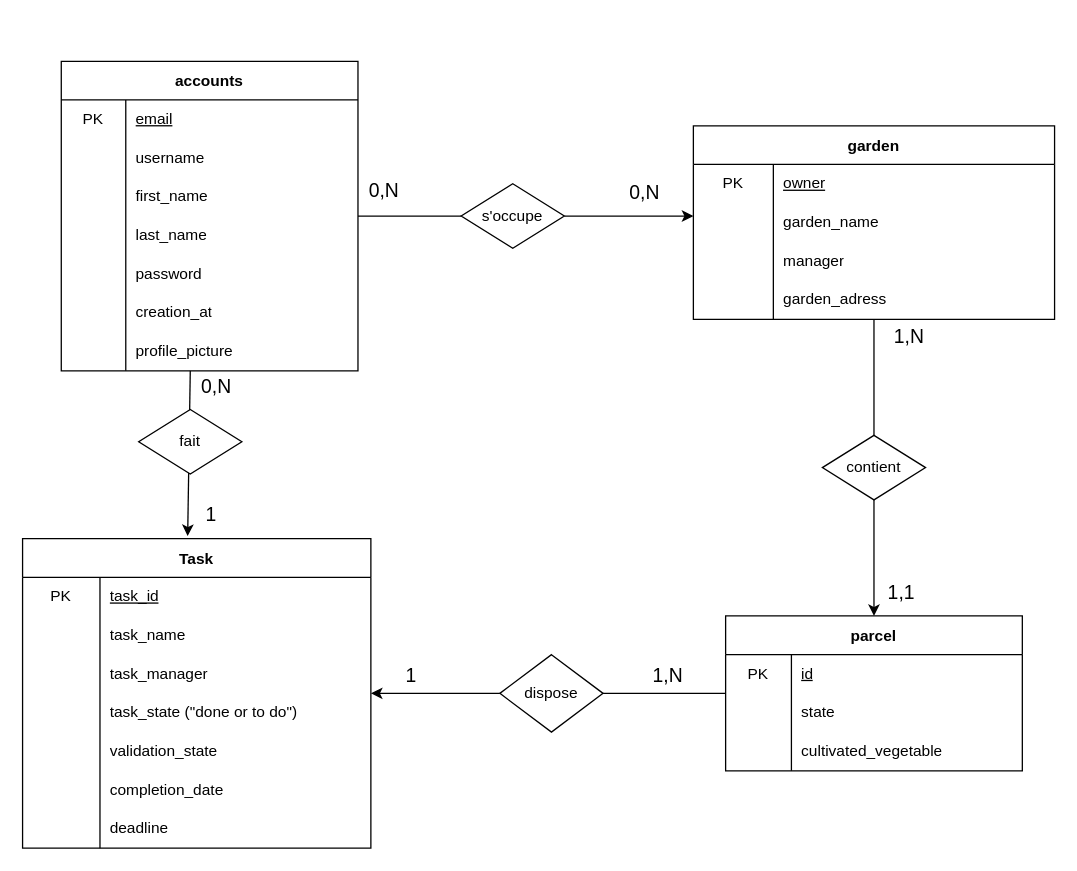
Before: doc/conception/figures/DB/Schema_entite_association_PPIIversion2.drawio in kour0/TheSharedGarden, a draw.io diagram. Source tidied: cells renumbered, new cells numbered last; positions are measured from the earlier drawing's top-left corner, leaving out a move shared by most shapes. Both pictures are drawn from the tidied source at 129%, with x=0, y=0 at pixel (22, 61).
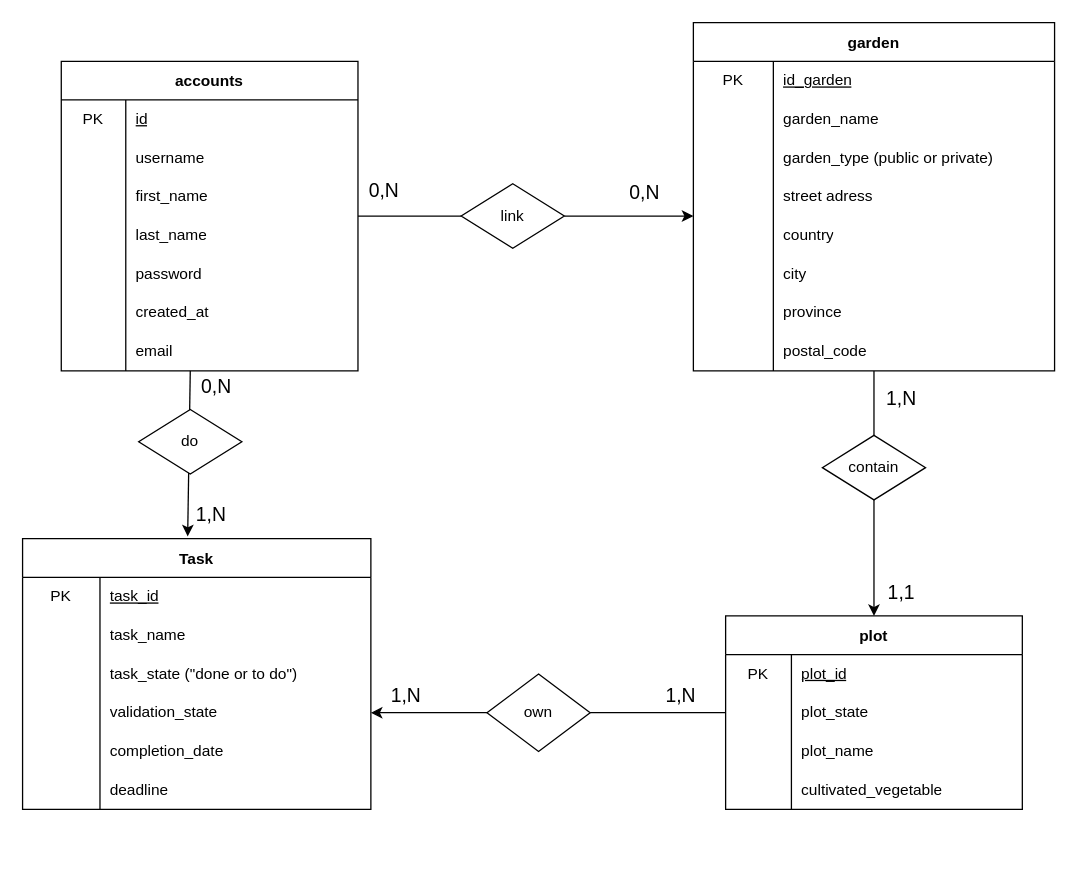
After the change.

Commit message (it also covers changes not shown here):
modification schema entite association

The change refers to these unchanged cells:
```xml
<mxCell id="3" style="shape=tableRow;horizontal=0;startSize=0;swimlaneHead=0;swimlaneBody=0;top=0;left=0;bottom=0;right=0;fillColor=none;" parent="2" vertex="1">
  <mxGeometry y="30" width="230" height="30" as="geometry" />
</mxCell>
<mxCell id="18" style="shape=tableRow;horizontal=0;startSize=0;swimlaneHead=0;swimlaneBody=0;top=0;left=0;bottom=0;right=0;fillColor=none;" parent="2" vertex="1">
  <mxGeometry y="180" width="230" height="30" as="geometry" />
</mxCell>
<mxCell id="21" style="shape=tableRow;horizontal=0;startSize=0;swimlaneHead=0;swimlaneBody=0;top=0;left=0;bottom=0;right=0;fillColor=none;" parent="2" vertex="1">
  <mxGeometry y="210" width="230" height="30" as="geometry" />
</mxCell>
<mxCell id="24" style="edgeStyle=orthogonalEdgeStyle;rounded=0;jettySize=auto;html=1;endArrow=none;endFill=0;" parent="1" edge="1" source="26" target="51">
  <mxGeometry relative="1" as="geometry" />
</mxCell>
<mxCell id="27" style="shape=tableRow;horizontal=0;startSize=0;swimlaneHead=0;swimlaneBody=0;top=0;left=0;bottom=0;right=0;fillColor=none;" parent="26" vertex="1">
  <mxGeometry y="30" width="280" height="30" as="geometry" />
</mxCell>
<mxCell id="33" style="shape=tableRow;horizontal=0;startSize=0;swimlaneHead=0;swimlaneBody=0;top=0;left=0;bottom=0;right=0;fillColor=none;" parent="26" vertex="1">
  <mxGeometry y="90" width="280" height="30" as="geometry" />
</mxCell>
<mxCell id="36" style="shape=tableRow;horizontal=0;startSize=0;swimlaneHead=0;swimlaneBody=0;top=0;left=0;bottom=0;right=0;fillColor=none;" parent="26" vertex="1">
  <mxGeometry y="120" width="280" height="30" as="geometry" />
</mxCell>
<mxCell id="40" style="shape=tableRow;horizontal=0;startSize=0;swimlaneHead=0;swimlaneBody=0;top=0;left=0;bottom=0;right=0;fillColor=none;" parent="39" vertex="1">
  <mxGeometry y="30" width="230" height="30" as="geometry" />
</mxCell>
<mxCell id="43" style="shape=tableRow;horizontal=0;startSize=0;swimlaneHead=0;swimlaneBody=0;top=0;left=0;bottom=0;right=0;fillColor=none;" parent="39" vertex="1">
  <mxGeometry y="60" width="230" height="30" as="geometry" />
</mxCell>
<mxCell id="46" style="shape=tableRow;horizontal=0;startSize=0;swimlaneHead=0;swimlaneBody=0;top=0;left=0;bottom=0;right=0;fillColor=none;" parent="39" vertex="1">
  <mxGeometry y="90" width="230" height="30" as="geometry" />
</mxCell>
<mxCell id="79" style="endArrow=none;html=1;rounded=0;endFill=0;" parent="1" edge="1" source="39" target="83">
  <mxGeometry relative="1" as="geometry" />
</mxCell>
<mxCell id="84" style="endArrow=classic;html=1;rounded=0;entryX=0.474;entryY=-0.008;entryDx=0;entryDy=0;entryPerimeter=0;" parent="1" edge="1" target="57">
  <mxGeometry relative="1" as="geometry">
    <mxPoint x="130" y="240" as="sourcePoint" />
  </mxGeometry>
</mxCell>
```

The edit, as a diff of the source:
```diff
@@
-    <mxCell id="5" value="&lt;u&gt;email&lt;/u&gt;" style="shape=partialRectangle;html=1;whiteSpace=wrap;fillColor=none;top=0;left=0;bottom=0;right=0;align=left;spacingLeft=6;overflow=hidden;" parent="3" vertex="1">
+    <mxCell id="5" value="&lt;u&gt;id&lt;/u&gt;" style="shape=partialRectangle;html=1;whiteSpace=wrap;fillColor=none;top=0;left=0;bottom=0;right=0;align=left;spacingLeft=6;overflow=hidden;" parent="3" vertex="1">
       <mxGeometry x="50" width="180" height="30" as="geometry" />
     </mxCell>
@@
-    <mxCell id="20" value="creation_at" style="shape=partialRectangle;html=1;whiteSpace=wrap;fillColor=none;top=0;left=0;bottom=0;right=0;align=left;spacingLeft=6;overflow=hidden;" parent="18" vertex="1">
+    <mxCell id="20" value="created_at" style="shape=partialRectangle;html=1;whiteSpace=wrap;fillColor=none;top=0;left=0;bottom=0;right=0;align=left;spacingLeft=6;overflow=hidden;" parent="18" vertex="1">
       <mxGeometry x="50" width="180" height="30" as="geometry" />
     </mxCell>
@@
-    <mxCell id="23" value="profile_picture" style="shape=partialRectangle;html=1;whiteSpace=wrap;fillColor=none;top=0;left=0;bottom=0;right=0;align=left;spacingLeft=6;overflow=hidden;" parent="21" vertex="1">
+    <mxCell id="23" value="email" style="shape=partialRectangle;html=1;whiteSpace=wrap;fillColor=none;top=0;left=0;bottom=0;right=0;align=left;spacingLeft=6;overflow=hidden;" parent="21" vertex="1">
       <mxGeometry x="50" width="180" height="30" as="geometry" />
     </mxCell>
@@
     <mxCell id="25" value="1,N" style="edgeLabel;html=1;align=center;verticalAlign=middle;fontSize=15;" parent="24" vertex="1">
       <mxGeometry x="-0.71" y="3" relative="1" as="geometry">
-        <mxPoint x="23" y="-1" as="offset" />
+        <mxPoint x="17" y="13" as="offset" />
       </mxGeometry>
     </mxCell>
     <mxCell id="26" value="garden" style="shape=table;startSize=30;childLayout=tableLayout;rowLines=0;fontStyle=1;" parent="1" vertex="1">
-      <mxGeometry x="520" y="50" width="280" height="150" as="geometry" />
+      <mxGeometry x="520" y="-30" width="280" height="270" as="geometry" />
     </mxCell>
@@
-    <mxCell id="29" value="&lt;u&gt;owner&lt;/u&gt;" style="shape=partialRectangle;html=1;whiteSpace=wrap;fillColor=none;top=0;left=0;bottom=0;right=0;align=left;spacingLeft=6;overflow=hidden;" parent="27" vertex="1">
+    <mxCell id="29" value="&lt;u&gt;id_garden&lt;/u&gt;" style="shape=partialRectangle;html=1;whiteSpace=wrap;fillColor=none;top=0;left=0;bottom=0;right=0;align=left;spacingLeft=6;overflow=hidden;" parent="27" vertex="1">
       <mxGeometry x="62" width="218" height="30" as="geometry" />
     </mxCell>
@@
-    <mxCell id="35" value="manager" style="shape=partialRectangle;html=1;whiteSpace=wrap;fillColor=none;top=0;left=0;bottom=0;right=0;align=left;spacingLeft=6;overflow=hidden;" parent="33" vertex="1">
+    <mxCell id="35" value="garden_type (public or private)" style="shape=partialRectangle;html=1;whiteSpace=wrap;fillColor=none;top=0;left=0;bottom=0;right=0;align=left;spacingLeft=6;overflow=hidden;" parent="33" vertex="1">
       <mxGeometry x="62" width="218" height="30" as="geometry" />
     </mxCell>
@@
-    <mxCell id="38" value="garden_adress" style="shape=partialRectangle;html=1;whiteSpace=wrap;fillColor=none;top=0;left=0;bottom=0;right=0;align=left;spacingLeft=6;overflow=hidden;" parent="36" vertex="1">
+    <mxCell id="38" value="street adress" style="shape=partialRectangle;html=1;whiteSpace=wrap;fillColor=none;top=0;left=0;bottom=0;right=0;align=left;spacingLeft=6;overflow=hidden;" parent="36" vertex="1">
       <mxGeometry x="62" width="218" height="30" as="geometry" />
     </mxCell>
+    <mxCell id="88" style="shape=tableRow;horizontal=0;startSize=0;swimlaneHead=0;swimlaneBody=0;top=0;left=0;bottom=0;right=0;fillColor=none;" parent="26" vertex="1">
+      <mxGeometry y="150" width="280" height="30" as="geometry" />
+    </mxCell>
+    <mxCell id="89" style="shape=partialRectangle;html=1;whiteSpace=wrap;fillColor=none;top=0;left=0;bottom=0;right=0;overflow=hidden;" parent="88" vertex="1">
+      <mxGeometry width="62" height="30" as="geometry" />
+    </mxCell>
+    <mxCell id="90" value="country" style="shape=partialRectangle;html=1;whiteSpace=wrap;fillColor=none;top=0;left=0;bottom=0;right=0;align=left;spacingLeft=6;overflow=hidden;" parent="88" vertex="1">
+      <mxGeometry x="62" width="218" height="30" as="geometry" />
+    </mxCell>
+    <mxCell id="91" style="shape=tableRow;horizontal=0;startSize=0;swimlaneHead=0;swimlaneBody=0;top=0;left=0;bottom=0;right=0;fillColor=none;" parent="26" vertex="1">
+      <mxGeometry y="180" width="280" height="30" as="geometry" />
+    </mxCell>
+    <mxCell id="92" style="shape=partialRectangle;html=1;whiteSpace=wrap;fillColor=none;top=0;left=0;bottom=0;right=0;overflow=hidden;" parent="91" vertex="1">
+      <mxGeometry width="62" height="30" as="geometry" />
+    </mxCell>
+    <mxCell id="93" value="city" style="shape=partialRectangle;html=1;whiteSpace=wrap;fillColor=none;top=0;left=0;bottom=0;right=0;align=left;spacingLeft=6;overflow=hidden;" parent="91" vertex="1">
+      <mxGeometry x="62" width="218" height="30" as="geometry" />
+    </mxCell>
+    <mxCell id="94" style="shape=tableRow;horizontal=0;startSize=0;swimlaneHead=0;swimlaneBody=0;top=0;left=0;bottom=0;right=0;fillColor=none;" parent="26" vertex="1">
+      <mxGeometry y="210" width="280" height="30" as="geometry" />
+    </mxCell>
+    <mxCell id="95" style="shape=partialRectangle;html=1;whiteSpace=wrap;fillColor=none;top=0;left=0;bottom=0;right=0;overflow=hidden;" parent="94" vertex="1">
+      <mxGeometry width="62" height="30" as="geometry" />
+    </mxCell>
+    <mxCell id="96" value="province" style="shape=partialRectangle;html=1;whiteSpace=wrap;fillColor=none;top=0;left=0;bottom=0;right=0;align=left;spacingLeft=6;overflow=hidden;" parent="94" vertex="1">
+      <mxGeometry x="62" width="218" height="30" as="geometry" />
+    </mxCell>
+    <mxCell id="97" style="shape=tableRow;horizontal=0;startSize=0;swimlaneHead=0;swimlaneBody=0;top=0;left=0;bottom=0;right=0;fillColor=none;" parent="26" vertex="1">
+      <mxGeometry y="240" width="280" height="30" as="geometry" />
+    </mxCell>
+    <mxCell id="98" style="shape=partialRectangle;html=1;whiteSpace=wrap;fillColor=none;top=0;left=0;bottom=0;right=0;overflow=hidden;" parent="97" vertex="1">
+      <mxGeometry width="62" height="30" as="geometry" />
+    </mxCell>
+    <mxCell id="99" value="postal_code" style="shape=partialRectangle;html=1;whiteSpace=wrap;fillColor=none;top=0;left=0;bottom=0;right=0;align=left;spacingLeft=6;overflow=hidden;" parent="97" vertex="1">
+      <mxGeometry x="62" width="218" height="30" as="geometry" />
+    </mxCell>
-    <mxCell id="39" value="parcel" style="shape=table;startSize=30;childLayout=tableLayout;rowLines=0;fontStyle=1;" parent="1" vertex="1">
-      <mxGeometry x="545" y="430" width="230" height="120" as="geometry" />
+    <mxCell id="39" value="plot" style="shape=table;startSize=30;childLayout=tableLayout;rowLines=0;fontStyle=1;" parent="1" vertex="1">
+      <mxGeometry x="545" y="430" width="230" height="150" as="geometry" />
     </mxCell>
@@
-    <mxCell id="42" value="&lt;u&gt;id&lt;/u&gt;" style="shape=partialRectangle;html=1;whiteSpace=wrap;fillColor=none;top=0;left=0;bottom=0;right=0;align=left;spacingLeft=6;overflow=hidden;" parent="40" vertex="1">
+    <mxCell id="42" value="&lt;u&gt;plot_id&lt;/u&gt;" style="shape=partialRectangle;html=1;whiteSpace=wrap;fillColor=none;top=0;left=0;bottom=0;right=0;align=left;spacingLeft=6;overflow=hidden;" parent="40" vertex="1">
       <mxGeometry x="51" width="179" height="30" as="geometry" />
     </mxCell>
@@
-    <mxCell id="45" value="state" style="shape=partialRectangle;html=1;whiteSpace=wrap;fillColor=none;top=0;left=0;bottom=0;right=0;align=left;spacingLeft=6;overflow=hidden;" parent="43" vertex="1">
+    <mxCell id="45" value="plot_state" style="shape=partialRectangle;html=1;whiteSpace=wrap;fillColor=none;top=0;left=0;bottom=0;right=0;align=left;spacingLeft=6;overflow=hidden;" parent="43" vertex="1">
       <mxGeometry x="51" width="179" height="30" as="geometry" />
     </mxCell>
@@
-    <mxCell id="48" value="cultivated_vegetable" style="shape=partialRectangle;html=1;whiteSpace=wrap;fillColor=none;top=0;left=0;bottom=0;right=0;align=left;spacingLeft=6;overflow=hidden;" parent="46" vertex="1">
+    <mxCell id="48" value="plot_name" style="shape=partialRectangle;html=1;whiteSpace=wrap;fillColor=none;top=0;left=0;bottom=0;right=0;align=left;spacingLeft=6;overflow=hidden;" parent="46" vertex="1">
       <mxGeometry x="51" width="179" height="30" as="geometry" />
     </mxCell>
+    <mxCell id="100" style="shape=tableRow;horizontal=0;startSize=0;swimlaneHead=0;swimlaneBody=0;top=0;left=0;bottom=0;right=0;fillColor=none;" parent="39" vertex="1">
+      <mxGeometry y="120" width="230" height="30" as="geometry" />
+    </mxCell>
+    <mxCell id="101" style="shape=partialRectangle;html=1;whiteSpace=wrap;fillColor=none;top=0;left=0;bottom=0;right=0;overflow=hidden;" parent="100" vertex="1">
+      <mxGeometry width="51" height="30" as="geometry" />
+    </mxCell>
+    <mxCell id="102" value="cultivated_vegetable" style="shape=partialRectangle;html=1;whiteSpace=wrap;fillColor=none;top=0;left=0;bottom=0;right=0;align=left;spacingLeft=6;overflow=hidden;" parent="100" vertex="1">
+      <mxGeometry x="51" width="179" height="30" as="geometry" />
+    </mxCell>
@@
-    <mxCell id="51" value="contient" style="rhombus;whiteSpace=wrap;html=1;" parent="1" vertex="1">
+    <mxCell id="51" value="contain" style="rhombus;whiteSpace=wrap;html=1;" parent="1" vertex="1">
       <mxGeometry x="620" y="290" width="80" height="50" as="geometry" />
     </mxCell>
@@
-    <mxCell id="56" value="s'occupe" style="rhombus;whiteSpace=wrap;html=1;" parent="1" vertex="1">
+    <mxCell id="56" value="link" style="rhombus;whiteSpace=wrap;html=1;" parent="1" vertex="1">
       <mxGeometry x="340" y="95" width="80" height="50" as="geometry" />
     </mxCell>
     <mxCell id="57" value="Task" style="shape=table;startSize=30;childLayout=tableLayout;rowLines=0;fontStyle=1;" parent="1" vertex="1">
-      <mxGeometry y="370" width="270" height="240" as="geometry" />
+      <mxGeometry y="370" width="270" height="210" as="geometry" />
     </mxCell>
@@
-    <mxCell id="64" style="shape=tableRow;horizontal=0;startSize=0;swimlaneHead=0;swimlaneBody=0;top=0;left=0;bottom=0;right=0;fillColor=none;" parent="57" vertex="1">
-      <mxGeometry y="90" width="270" height="30" as="geometry" />
-    </mxCell>
-    <mxCell id="65" style="shape=partialRectangle;html=1;whiteSpace=wrap;fillColor=none;top=0;left=0;bottom=0;right=0;overflow=hidden;" parent="64" vertex="1">
-      <mxGeometry width="60" height="30" as="geometry" />
-    </mxCell>
-    <mxCell id="66" value="task_manager" style="shape=partialRectangle;html=1;whiteSpace=wrap;fillColor=none;top=0;left=0;bottom=0;right=0;align=left;spacingLeft=6;overflow=hidden;" parent="64" vertex="1">
-      <mxGeometry x="60" width="210" height="30" as="geometry" />
-    </mxCell>
     <mxCell id="67" style="shape=tableRow;horizontal=0;startSize=0;swimlaneHead=0;swimlaneBody=0;top=0;left=0;bottom=0;right=0;fillColor=none;" parent="57" vertex="1">
-      <mxGeometry y="120" width="270" height="30" as="geometry" />
+      <mxGeometry y="90" width="270" height="30" as="geometry" />
     </mxCell>
@@
     <mxCell id="70" style="shape=tableRow;horizontal=0;startSize=0;swimlaneHead=0;swimlaneBody=0;top=0;left=0;bottom=0;right=0;fillColor=none;points=[[0,0.5],[1,0.5]];portConstraint=eastwest;" parent="57" vertex="1">
-      <mxGeometry y="150" width="270" height="30" as="geometry" />
+      <mxGeometry y="120" width="270" height="30" as="geometry" />
     </mxCell>
@@
     <mxCell id="73" style="shape=tableRow;horizontal=0;startSize=0;swimlaneHead=0;swimlaneBody=0;top=0;left=0;bottom=0;right=0;fillColor=none;" parent="57" vertex="1">
-      <mxGeometry y="180" width="270" height="30" as="geometry" />
+      <mxGeometry y="150" width="270" height="30" as="geometry" />
     </mxCell>
@@
     <mxCell id="76" style="shape=tableRow;horizontal=0;startSize=0;swimlaneHead=0;swimlaneBody=0;top=0;left=0;bottom=0;right=0;fillColor=none;" parent="57" vertex="1">
-      <mxGeometry y="210" width="270" height="30" as="geometry" />
+      <mxGeometry y="180" width="270" height="30" as="geometry" />
     </mxCell>
@@
     <mxCell id="80" value="&lt;font style=&quot;font-size: 15px;&quot;&gt;1,N&lt;/font&gt;" style="edgeLabel;html=1;align=center;verticalAlign=middle;" parent="79" vertex="1">
       <mxGeometry x="0.42" y="-4" relative="1" as="geometry">
-        <mxPoint x="21" y="-11" as="offset" />
+        <mxPoint x="39" y="-11" as="offset" />
       </mxGeometry>
     </mxCell>
-    <mxCell id="81" style="edgeStyle=orthogonalEdgeStyle;rounded=0;jettySize=auto;html=1;endArrow=classic;endFill=1;" parent="1" edge="1" source="83" target="57">
+    <mxCell id="81" style="edgeStyle=orthogonalEdgeStyle;rounded=0;jettySize=auto;html=1;endArrow=classic;endFill=1;entryX=1;entryY=0.5;entryDx=0;entryDy=0;" parent="1" edge="1" source="83" target="70">
       <mxGeometry relative="1" as="geometry" />
     </mxCell>
-    <mxCell id="82" value="1" style="edgeLabel;html=1;align=center;verticalAlign=middle;fontSize=15;" parent="81" vertex="1">
+    <mxCell id="82" value="1,N" style="edgeLabel;html=1;align=center;verticalAlign=middle;fontSize=15;" parent="81" vertex="1">
       <mxGeometry x="0.24" y="-2" relative="1" as="geometry">
         <mxPoint x="-8" y="-13" as="offset" />
       </mxGeometry>
     </mxCell>
-    <mxCell id="83" value="dispose" style="rhombus;whiteSpace=wrap;html=1;" parent="1" vertex="1">
-      <mxGeometry x="370" y="460" width="80" height="60" as="geometry" />
+    <mxCell id="83" value="own" style="rhombus;whiteSpace=wrap;html=1;" parent="1" vertex="1">
+      <mxGeometry x="360" y="475" width="80" height="60" as="geometry" />
     </mxCell>
@@
-    <mxCell id="85" value="1" style="edgeLabel;html=1;align=center;verticalAlign=middle;fontSize=15;" parent="84" vertex="1">
+    <mxCell id="85" value="1,N" style="edgeLabel;html=1;align=center;verticalAlign=middle;fontSize=15;" parent="84" vertex="1">
       <mxGeometry x="0.51" y="1" relative="1" as="geometry">
         <mxPoint x="16" y="13" as="offset" />
       </mxGeometry>
     </mxCell>
@@
-    <mxCell id="87" value="fait" style="rhombus;whiteSpace=wrap;html=1;" parent="1" vertex="1">
+    <mxCell id="87" value="do" style="rhombus;whiteSpace=wrap;html=1;" parent="1" vertex="1">
       <mxGeometry x="90" y="270" width="80" height="50" as="geometry" />
     </mxCell>
```
